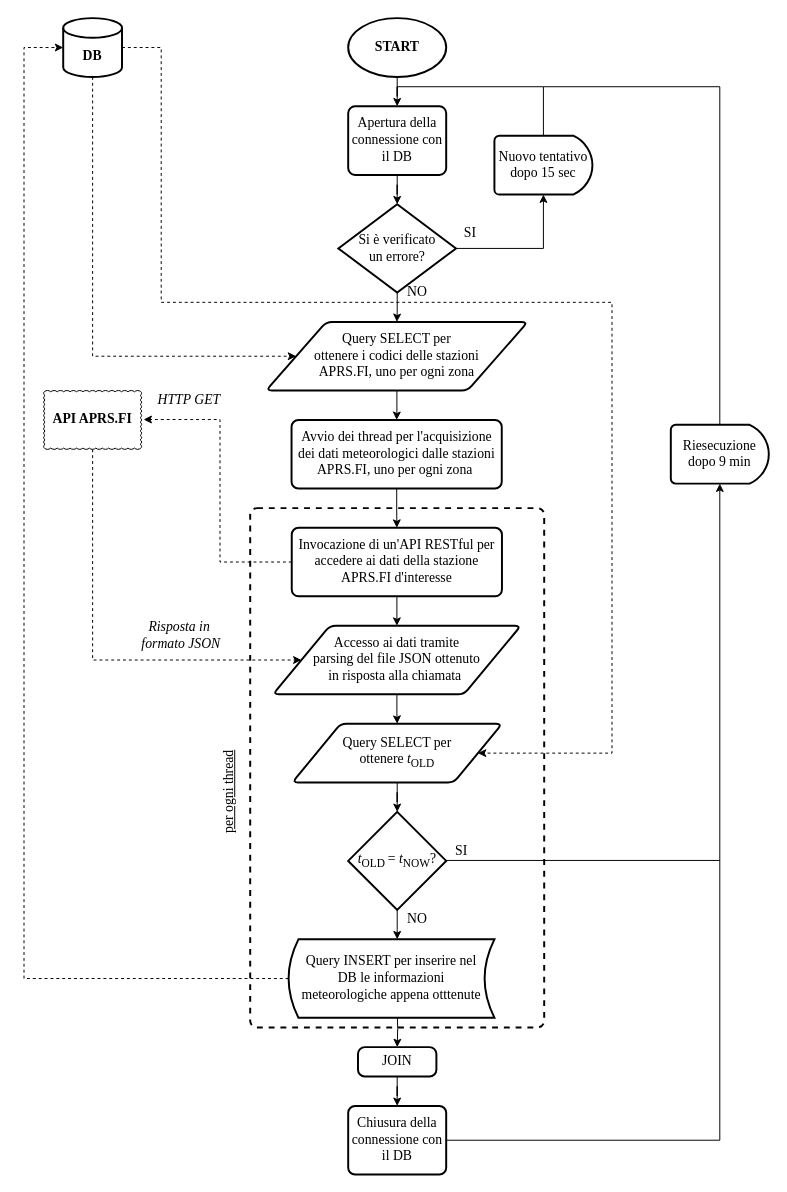
This is Iterazioni/Documentazione/Iterazione 3/OtherFiles/FC - data collector.drawio from matteoverzeroli/LVSEmergency, a draw.io file, before an edit. Source tidied: cells renumbered, new cells numbered last; positions are measured from the earlier drawing's top-left corner, leaving out a move shared by most shapes. Both pictures are drawn from the tidied source at 98%, with x=0, y=0 at pixel (24, 18).
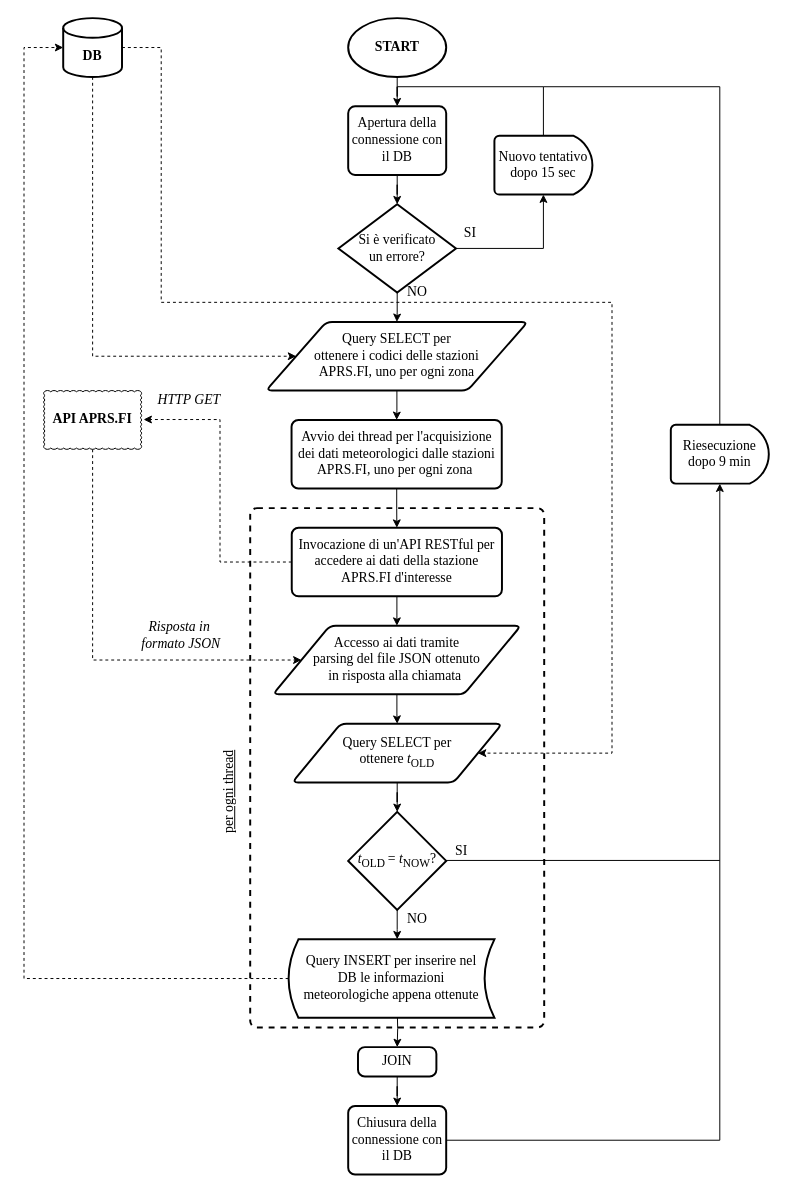
The same diagram, later.

Commit message (it also covers changes not shown here):
inserita parte data collector nella doc

Change to the diagram source:
```diff
@@
-    <mxCell id="46" value="&lt;span style=&quot;font-family: &amp;#34;times new roman&amp;#34; ; font-size: 14px&quot;&gt;Query INSERT per inserire nel &lt;br&gt;DB le informazioni &lt;br&gt;meteorologiche&amp;nbsp;&lt;/span&gt;&lt;span style=&quot;font-family: &amp;#34;times new roman&amp;#34; ; font-size: 14px&quot;&gt;appena otttenute&lt;/span&gt;" style="shape=dataStorage;whiteSpace=wrap;html=1;fixedSize=1;strokeWidth=2;size=10;" parent="1" vertex="1">
+    <mxCell id="46" value="&lt;span style=&quot;font-family: &amp;#34;times new roman&amp;#34; ; font-size: 14px&quot;&gt;Query INSERT per inserire nel &lt;br&gt;DB le informazioni &lt;br&gt;meteorologiche&amp;nbsp;&lt;/span&gt;&lt;span style=&quot;font-family: &amp;#34;times new roman&amp;#34; ; font-size: 14px&quot;&gt;appena ottenute&lt;/span&gt;" style="shape=dataStorage;whiteSpace=wrap;html=1;fixedSize=1;strokeWidth=2;size=10;" parent="1" vertex="1">
       <mxGeometry x="270" y="940" width="210" height="80" as="geometry" />
     </mxCell>
```
